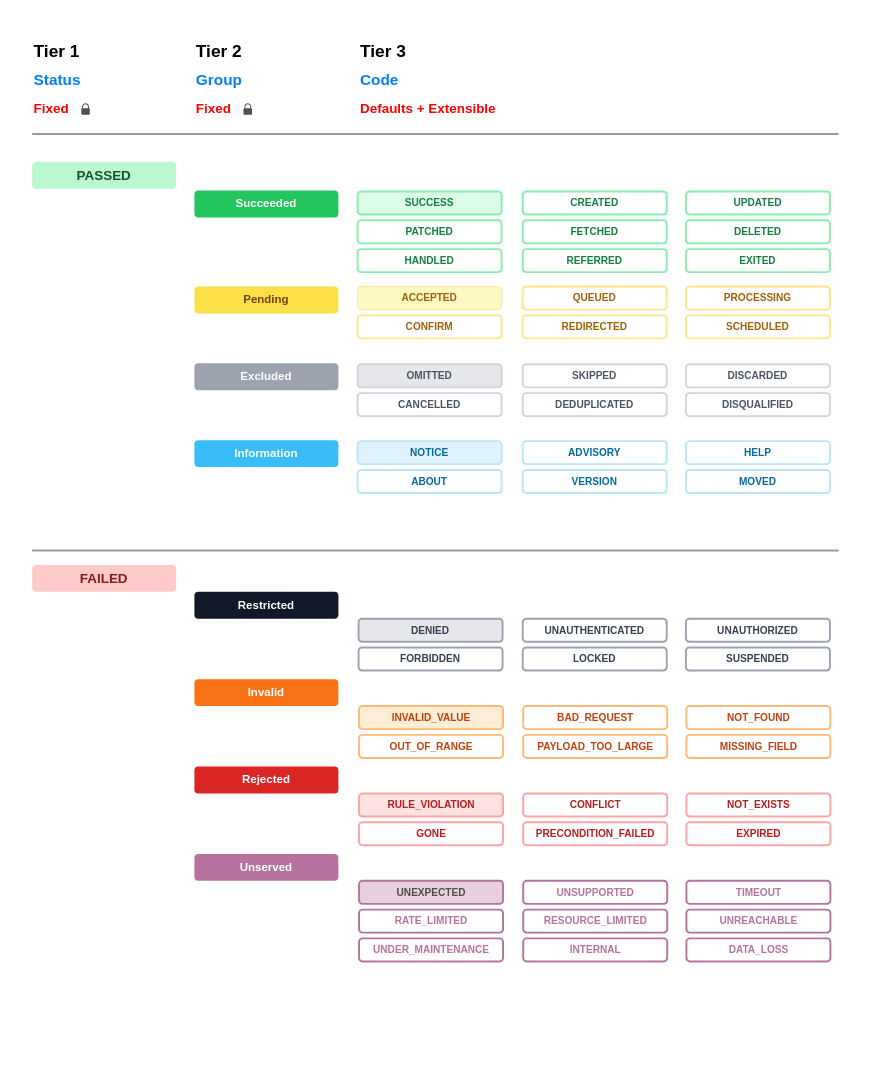
Before: assets/kiit-codes.drawio in slatekit/kiit-codes, a draw.io diagram. Source tidied: cells renumbered, new cells numbered last; positions are measured from the earlier drawing's top-left corner, leaving out a move shared by most shapes. Both pictures are drawn from the tidied source at 96%, with x=0, y=0 at pixel (32, 36).
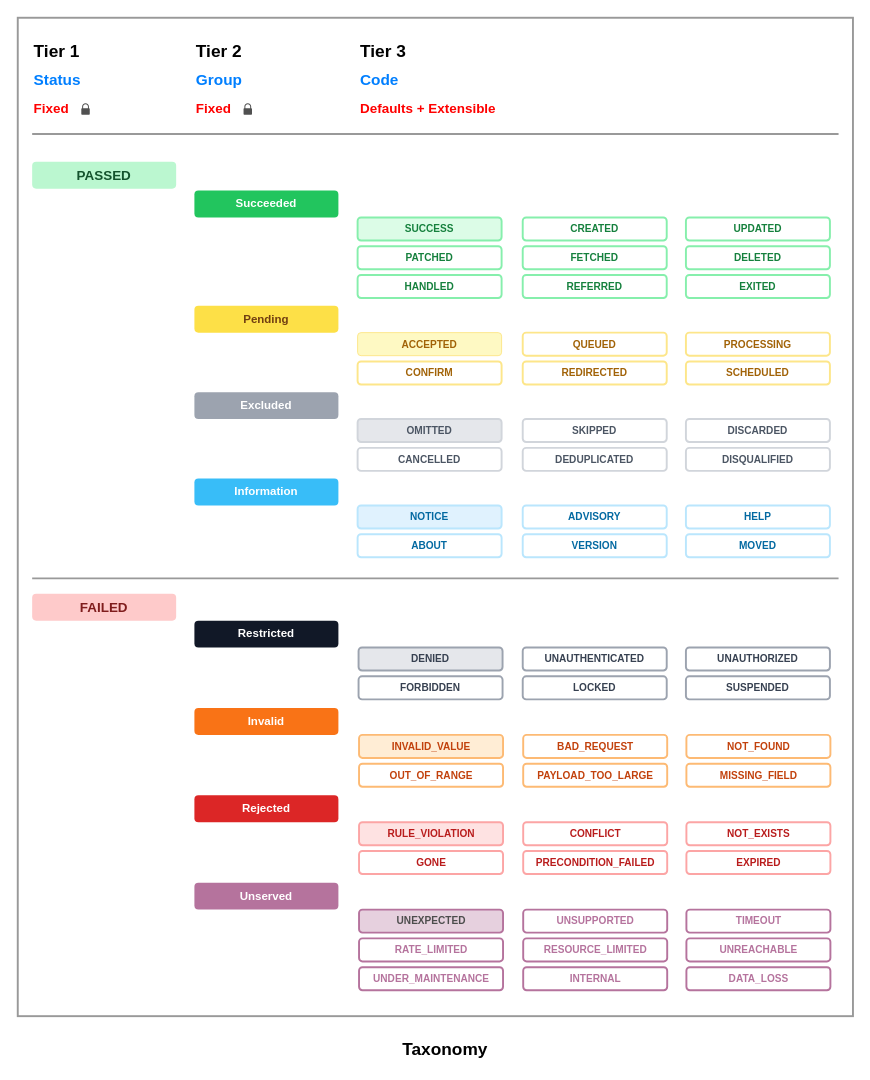
The same diagram, later.

What changed in the source:
```diff
@@
+    <mxCell id="79" style="rounded=0;whiteSpace=wrap;html=1;fillColor=none;strokeColor=#999999;strokeWidth=2;" parent="1" vertex="1">
+      <mxGeometry x="-15" y="-20" width="870" height="1040" as="geometry" />
+    </mxCell>
@@
     <mxCell id="4" value="SUCCESS" style="rounded=1;whiteSpace=wrap;html=1;fillColor=#dcfce7;fontColor=#15803d;fontSize=10.5;strokeColor=#86efac;strokeWidth=2;fontStyle=1;" parent="1" vertex="1">
-      <mxGeometry x="339" y="161" width="150" height="24" as="geometry" />
+      <mxGeometry x="339" y="188" width="150" height="24" as="geometry" />
     </mxCell>
     <mxCell id="5" value="CREATED" style="rounded=1;whiteSpace=wrap;html=1;fillColor=#ffffff;fontColor=#15803d;fontSize=10.5;strokeColor=#86efac;strokeWidth=2;fontStyle=1;" parent="1" vertex="1">
-      <mxGeometry x="511" y="161" width="150" height="24" as="geometry" />
+      <mxGeometry x="511" y="188" width="150" height="24" as="geometry" />
     </mxCell>
     <mxCell id="6" value="UPDATED" style="rounded=1;whiteSpace=wrap;html=1;fillColor=#ffffff;fontColor=#15803d;fontSize=10.5;strokeColor=#86efac;strokeWidth=2;fontStyle=1;" parent="1" vertex="1">
-      <mxGeometry x="681" y="161" width="150" height="24" as="geometry" />
+      <mxGeometry x="681" y="188" width="150" height="24" as="geometry" />
     </mxCell>
     <mxCell id="7" value="PATCHED" style="rounded=1;whiteSpace=wrap;html=1;fillColor=#ffffff;fontColor=#15803d;fontSize=10.5;strokeColor=#86efac;strokeWidth=2;fontStyle=1;" parent="1" vertex="1">
-      <mxGeometry x="339" y="191" width="150" height="24" as="geometry" />
+      <mxGeometry x="339" y="218" width="150" height="24" as="geometry" />
     </mxCell>
     <mxCell id="8" value="FETCHED" style="rounded=1;whiteSpace=wrap;html=1;fillColor=#ffffff;fontColor=#15803d;fontSize=10.5;strokeColor=#86efac;strokeWidth=2;fontStyle=1;" parent="1" vertex="1">
-      <mxGeometry x="511" y="191" width="150" height="24" as="geometry" />
+      <mxGeometry x="511" y="218" width="150" height="24" as="geometry" />
     </mxCell>
     <mxCell id="9" value="DELETED" style="rounded=1;whiteSpace=wrap;html=1;fillColor=#ffffff;fontColor=#15803d;fontSize=10.5;strokeColor=#86efac;strokeWidth=2;fontStyle=1;" parent="1" vertex="1">
-      <mxGeometry x="681" y="191" width="150" height="24" as="geometry" />
+      <mxGeometry x="681" y="218" width="150" height="24" as="geometry" />
     </mxCell>
     <mxCell id="10" value="HANDLED" style="rounded=1;whiteSpace=wrap;html=1;fillColor=#ffffff;fontColor=#15803d;fontSize=10.5;strokeColor=#86efac;strokeWidth=2;fontStyle=1;" parent="1" vertex="1">
-      <mxGeometry x="339" y="221" width="150" height="24" as="geometry" />
+      <mxGeometry x="339" y="248" width="150" height="24" as="geometry" />
     </mxCell>
     <mxCell id="11" value="REFERRED" style="rounded=1;whiteSpace=wrap;html=1;fillColor=#ffffff;fontColor=#15803d;fontSize=10.5;strokeColor=#86efac;strokeWidth=2;fontStyle=1;" parent="1" vertex="1">
-      <mxGeometry x="511" y="221" width="150" height="24" as="geometry" />
+      <mxGeometry x="511" y="248" width="150" height="24" as="geometry" />
     </mxCell>
     <mxCell id="12" value="EXITED" style="rounded=1;whiteSpace=wrap;html=1;fillColor=#ffffff;fontColor=#15803d;fontSize=10.5;strokeColor=#86efac;strokeWidth=2;fontStyle=1;" parent="1" vertex="1">
-      <mxGeometry x="681" y="221" width="150" height="24" as="geometry" />
+      <mxGeometry x="681" y="248" width="150" height="24" as="geometry" />
     </mxCell>
     <mxCell id="13" value="Pending" style="rounded=1;whiteSpace=wrap;html=1;fillColor=#fde047;fontColor=#713f12;fontSize=12;strokeColor=none;fontStyle=1;" parent="1" vertex="1">
-      <mxGeometry x="169" y="260" width="150" height="28" as="geometry" />
+      <mxGeometry x="169" y="280" width="150" height="28" as="geometry" />
     </mxCell>
     <mxCell id="14" value="ACCEPTED" style="rounded=1;whiteSpace=wrap;html=1;fillColor=#fef9c3;fontColor=#a16207;fontSize=10.5;strokeColor=#fde68a;strokeWidth=1;fontStyle=1;" parent="1" vertex="1">
-      <mxGeometry x="339" y="260" width="150" height="24" as="geometry" />
+      <mxGeometry x="339" y="308" width="150" height="24" as="geometry" />
     </mxCell>
     <mxCell id="15" value="QUEUED" style="rounded=1;whiteSpace=wrap;html=1;fillColor=#ffffff;fontColor=#a16207;fontSize=10.5;strokeColor=#fde68a;strokeWidth=2;fontStyle=1;" parent="1" vertex="1">
-      <mxGeometry x="511" y="260" width="150" height="24" as="geometry" />
+      <mxGeometry x="511" y="308" width="150" height="24" as="geometry" />
     </mxCell>
     <mxCell id="16" value="PROCESSING" style="rounded=1;whiteSpace=wrap;html=1;fillColor=#ffffff;fontColor=#a16207;fontSize=10.5;strokeColor=#fde68a;strokeWidth=2;fontStyle=1;" parent="1" vertex="1">
-      <mxGeometry x="681" y="260" width="150" height="24" as="geometry" />
+      <mxGeometry x="681" y="308" width="150" height="24" as="geometry" />
     </mxCell>
     <mxCell id="17" value="CONFIRM" style="rounded=1;whiteSpace=wrap;html=1;fillColor=#ffffff;fontColor=#a16207;fontSize=10.5;strokeColor=#fde68a;strokeWidth=2;fontStyle=1;" parent="1" vertex="1">
-      <mxGeometry x="339" y="290" width="150" height="24" as="geometry" />
+      <mxGeometry x="339" y="338" width="150" height="24" as="geometry" />
     </mxCell>
     <mxCell id="18" value="REDIRECTED" style="rounded=1;whiteSpace=wrap;html=1;fillColor=#ffffff;fontColor=#a16207;fontSize=10.5;strokeColor=#fde68a;strokeWidth=2;fontStyle=1;" parent="1" vertex="1">
-      <mxGeometry x="511" y="290" width="150" height="24" as="geometry" />
+      <mxGeometry x="511" y="338" width="150" height="24" as="geometry" />
     </mxCell>
     <mxCell id="19" value="SCHEDULED" style="rounded=1;whiteSpace=wrap;html=1;fillColor=#ffffff;fontColor=#a16207;fontSize=10.5;strokeColor=#fde68a;strokeWidth=2;fontStyle=1;" parent="1" vertex="1">
-      <mxGeometry x="681" y="290" width="150" height="24" as="geometry" />
+      <mxGeometry x="681" y="338" width="150" height="24" as="geometry" />
     </mxCell>
     <mxCell id="20" value="Excluded" style="rounded=1;whiteSpace=wrap;html=1;fillColor=#9ca3af;fontColor=#ffffff;fontSize=12;strokeColor=none;fontStyle=1;" parent="1" vertex="1">
-      <mxGeometry x="169" y="340" width="150" height="28" as="geometry" />
+      <mxGeometry x="169" y="370" width="150" height="28" as="geometry" />
     </mxCell>
     <mxCell id="21" value="OMITTED" style="rounded=1;whiteSpace=wrap;html=1;fillColor=#e5e7eb;fontColor=#4b5563;fontSize=10.5;strokeColor=#d1d5db;strokeWidth=2;fontStyle=1;" parent="1" vertex="1">
-      <mxGeometry x="339" y="341" width="150" height="24" as="geometry" />
+      <mxGeometry x="339" y="398" width="150" height="24" as="geometry" />
     </mxCell>
     <mxCell id="22" value="SKIPPED" style="rounded=1;whiteSpace=wrap;html=1;fillColor=#ffffff;fontColor=#4b5563;fontSize=10.5;strokeColor=#d1d5db;strokeWidth=2;fontStyle=1;" parent="1" vertex="1">
-      <mxGeometry x="511" y="341" width="150" height="24" as="geometry" />
+      <mxGeometry x="511" y="398" width="150" height="24" as="geometry" />
     </mxCell>
     <mxCell id="23" value="DISCARDED" style="rounded=1;whiteSpace=wrap;html=1;fillColor=#ffffff;fontColor=#4b5563;fontSize=10.5;strokeColor=#d1d5db;strokeWidth=2;fontStyle=1;" parent="1" vertex="1">
-      <mxGeometry x="681" y="341" width="150" height="24" as="geometry" />
+      <mxGeometry x="681" y="398" width="150" height="24" as="geometry" />
     </mxCell>
     <mxCell id="24" value="CANCELLED" style="rounded=1;whiteSpace=wrap;html=1;fillColor=#ffffff;fontColor=#4b5563;fontSize=10.5;strokeColor=#d1d5db;strokeWidth=2;fontStyle=1;" parent="1" vertex="1">
-      <mxGeometry x="339" y="371" width="150" height="24" as="geometry" />
+      <mxGeometry x="339" y="428" width="150" height="24" as="geometry" />
     </mxCell>
     <mxCell id="25" value="DEDUPLICATED" style="rounded=1;whiteSpace=wrap;html=1;fillColor=#ffffff;fontColor=#4b5563;fontSize=10.5;strokeColor=#d1d5db;strokeWidth=2;fontStyle=1;" parent="1" vertex="1">
-      <mxGeometry x="511" y="371" width="150" height="24" as="geometry" />
+      <mxGeometry x="511" y="428" width="150" height="24" as="geometry" />
     </mxCell>
     <mxCell id="26" value="DISQUALIFIED" style="rounded=1;whiteSpace=wrap;html=1;fillColor=#ffffff;fontColor=#4b5563;fontSize=10.5;strokeColor=#d1d5db;strokeWidth=2;fontStyle=1;" parent="1" vertex="1">
-      <mxGeometry x="681" y="371" width="150" height="24" as="geometry" />
+      <mxGeometry x="681" y="428" width="150" height="24" as="geometry" />
     </mxCell>
     <mxCell id="27" value="Information" style="rounded=1;whiteSpace=wrap;html=1;fillColor=#38bdf8;fontColor=#FFFFFF;fontSize=12;strokeColor=none;fontStyle=1;" parent="1" vertex="1">
-      <mxGeometry x="169" y="420" width="150" height="28" as="geometry" />
+      <mxGeometry x="169" y="460" width="150" height="28" as="geometry" />
     </mxCell>
     <mxCell id="28" value="NOTICE" style="rounded=1;whiteSpace=wrap;html=1;fillColor=#e0f2fe;fontColor=#0369a1;fontSize=10.5;strokeColor=#bae6fd;strokeWidth=2;fontStyle=1;" parent="1" vertex="1">
-      <mxGeometry x="339" y="421" width="150" height="24" as="geometry" />
+      <mxGeometry x="339" y="488" width="150" height="24" as="geometry" />
     </mxCell>
     <mxCell id="29" value="ADVISORY" style="rounded=1;whiteSpace=wrap;html=1;fillColor=#ffffff;fontColor=#0369a1;fontSize=10.5;strokeColor=#bae6fd;strokeWidth=2;fontStyle=1;" parent="1" vertex="1">
-      <mxGeometry x="511" y="421" width="150" height="24" as="geometry" />
+      <mxGeometry x="511" y="488" width="150" height="24" as="geometry" />
     </mxCell>
     <mxCell id="30" value="HELP" style="rounded=1;whiteSpace=wrap;html=1;fillColor=#ffffff;fontColor=#0369a1;fontSize=10.5;strokeColor=#bae6fd;strokeWidth=2;fontStyle=1;" parent="1" vertex="1">
-      <mxGeometry x="681" y="421" width="150" height="24" as="geometry" />
+      <mxGeometry x="681" y="488" width="150" height="24" as="geometry" />
     </mxCell>
     <mxCell id="31" value="ABOUT" style="rounded=1;whiteSpace=wrap;html=1;fillColor=#ffffff;fontColor=#0369a1;fontSize=10.5;strokeColor=#bae6fd;strokeWidth=2;fontStyle=1;" parent="1" vertex="1">
-      <mxGeometry x="339" y="451" width="150" height="24" as="geometry" />
+      <mxGeometry x="339" y="518" width="150" height="24" as="geometry" />
     </mxCell>
     <mxCell id="32" value="VERSION" style="rounded=1;whiteSpace=wrap;html=1;fillColor=#ffffff;fontColor=#0369a1;fontSize=10.5;strokeColor=#bae6fd;strokeWidth=2;fontStyle=1;" parent="1" vertex="1">
-      <mxGeometry x="511" y="451" width="150" height="24" as="geometry" />
+      <mxGeometry x="511" y="518" width="150" height="24" as="geometry" />
     </mxCell>
     <mxCell id="33" value="MOVED" style="rounded=1;whiteSpace=wrap;html=1;fillColor=#ffffff;fontColor=#0369a1;fontSize=10.5;strokeColor=#bae6fd;strokeWidth=2;fontStyle=1;" parent="1" vertex="1">
-      <mxGeometry x="681" y="451" width="150" height="24" as="geometry" />
+      <mxGeometry x="681" y="518" width="150" height="24" as="geometry" />
     </mxCell>
     <mxCell id="34" value="FAILED" style="rounded=1;whiteSpace=wrap;html=1;fillColor=#fecaca;fontColor=#7f1d1d;fontSize=14;strokeColor=none;fontStyle=1;" parent="1" vertex="1">
-      <mxGeometry y="550" width="150" height="28" as="geometry" />
+      <mxGeometry y="580" width="150" height="28" as="geometry" />
     </mxCell>
     <mxCell id="35" value="Restricted" style="rounded=1;whiteSpace=wrap;html=1;fillColor=#111827;fontColor=#ffffff;fontSize=12;strokeColor=none;fontStyle=1;" parent="1" vertex="1">
-      <mxGeometry x="169" y="578" width="150" height="28" as="geometry" />
+      <mxGeometry x="169" y="608" width="150" height="28" as="geometry" />
     </mxCell>
     <mxCell id="36" value="DENIED" style="rounded=1;whiteSpace=wrap;html=1;fillColor=#e5e7eb;fontColor=#374151;fontSize=10.5;strokeColor=#9ca3af;strokeWidth=2;fontStyle=1;" parent="1" vertex="1">
-      <mxGeometry x="340" y="606" width="150" height="24" as="geometry" />
+      <mxGeometry x="340" y="636" width="150" height="24" as="geometry" />
     </mxCell>
     <mxCell id="37" value="UNAUTHENTICATED" style="rounded=1;whiteSpace=wrap;html=1;fillColor=#ffffff;fontColor=#374151;fontSize=10.5;strokeColor=#9ca3af;strokeWidth=2;fontStyle=1;" parent="1" vertex="1">
-      <mxGeometry x="511" y="606" width="150" height="24" as="geometry" />
+      <mxGeometry x="511" y="636" width="150" height="24" as="geometry" />
     </mxCell>
     <mxCell id="38" value="UNAUTHORIZED" style="rounded=1;whiteSpace=wrap;html=1;fillColor=#ffffff;fontColor=#374151;fontSize=10.5;strokeColor=#9ca3af;strokeWidth=2;fontStyle=1;" parent="1" vertex="1">
-      <mxGeometry x="681" y="606" width="150" height="24" as="geometry" />
+      <mxGeometry x="681" y="636" width="150" height="24" as="geometry" />
     </mxCell>
     <mxCell id="39" value="FORBIDDEN" style="rounded=1;whiteSpace=wrap;html=1;fillColor=#ffffff;fontColor=#374151;fontSize=10.5;strokeColor=#9ca3af;strokeWidth=2;fontStyle=1;" parent="1" vertex="1">
-      <mxGeometry x="340" y="636" width="150" height="24" as="geometry" />
+      <mxGeometry x="340" y="666" width="150" height="24" as="geometry" />
     </mxCell>
     <mxCell id="40" value="LOCKED" style="rounded=1;whiteSpace=wrap;html=1;fillColor=#ffffff;fontColor=#374151;fontSize=10.5;strokeColor=#9ca3af;strokeWidth=2;fontStyle=1;" parent="1" vertex="1">
-      <mxGeometry x="511" y="636" width="150" height="24" as="geometry" />
+      <mxGeometry x="511" y="666" width="150" height="24" as="geometry" />
     </mxCell>
     <mxCell id="41" value="SUSPENDED" style="rounded=1;whiteSpace=wrap;html=1;fillColor=#ffffff;fontColor=#374151;fontSize=10.5;strokeColor=#9ca3af;strokeWidth=2;fontStyle=1;" parent="1" vertex="1">
-      <mxGeometry x="681" y="636" width="150" height="24" as="geometry" />
+      <mxGeometry x="681" y="666" width="150" height="24" as="geometry" />
     </mxCell>
     <mxCell id="42" value="Invalid" style="rounded=1;whiteSpace=wrap;html=1;fillColor=#f97316;fontColor=#ffffff;fontSize=12;strokeColor=none;fontStyle=1;" parent="1" vertex="1">
-      <mxGeometry x="169" y="669" width="150" height="28" as="geometry" />
+      <mxGeometry x="169" y="699" width="150" height="28" as="geometry" />
     </mxCell>
     <mxCell id="43" value="INVALID_VALUE" style="rounded=1;whiteSpace=wrap;html=1;fillColor=#ffedd5;fontColor=#c2410c;fontSize=10.5;strokeColor=#fdba74;strokeWidth=2;fontStyle=1;" parent="1" vertex="1">
-      <mxGeometry x="340.5" y="697" width="150" height="24" as="geometry" />
+      <mxGeometry x="340.5" y="727" width="150" height="24" as="geometry" />
     </mxCell>
     <mxCell id="44" value="BAD_REQUEST" style="rounded=1;whiteSpace=wrap;html=1;fillColor=#ffffff;fontColor=#c2410c;fontSize=10.5;strokeColor=#fdba74;strokeWidth=2;fontStyle=1;" parent="1" vertex="1">
-      <mxGeometry x="511.5" y="697" width="150" height="24" as="geometry" />
+      <mxGeometry x="511.5" y="727" width="150" height="24" as="geometry" />
     </mxCell>
     <mxCell id="45" value="NOT_FOUND" style="rounded=1;whiteSpace=wrap;html=1;fillColor=#ffffff;fontColor=#c2410c;fontSize=10.5;strokeColor=#fdba74;strokeWidth=2;fontStyle=1;" parent="1" vertex="1">
-      <mxGeometry x="681.5" y="697" width="150" height="24" as="geometry" />
+      <mxGeometry x="681.5" y="727" width="150" height="24" as="geometry" />
     </mxCell>
     <mxCell id="46" value="OUT_OF_RANGE" style="rounded=1;whiteSpace=wrap;html=1;fillColor=#ffffff;fontColor=#c2410c;fontSize=10.5;strokeColor=#fdba74;strokeWidth=2;fontStyle=1;" parent="1" vertex="1">
-      <mxGeometry x="340.5" y="727" width="150" height="24" as="geometry" />
+      <mxGeometry x="340.5" y="757" width="150" height="24" as="geometry" />
     </mxCell>
     <mxCell id="47" value="PAYLOAD_TOO_LARGE" style="rounded=1;whiteSpace=wrap;html=1;fillColor=#ffffff;fontColor=#c2410c;fontSize=10.5;strokeColor=#fdba74;strokeWidth=2;fontStyle=1;" parent="1" vertex="1">
-      <mxGeometry x="511.5" y="727" width="150" height="24" as="geometry" />
+      <mxGeometry x="511.5" y="757" width="150" height="24" as="geometry" />
     </mxCell>
     <mxCell id="48" value="MISSING_FIELD" style="rounded=1;whiteSpace=wrap;html=1;fillColor=#ffffff;fontColor=#c2410c;fontSize=10.5;strokeColor=#fdba74;strokeWidth=2;fontStyle=1;" parent="1" vertex="1">
-      <mxGeometry x="681.5" y="727" width="150" height="24" as="geometry" />
+      <mxGeometry x="681.5" y="757" width="150" height="24" as="geometry" />
     </mxCell>
     <mxCell id="49" value="Rejected" style="rounded=1;whiteSpace=wrap;html=1;fillColor=#dc2626;fontColor=#ffffff;fontSize=12;strokeColor=none;fontStyle=1;" parent="1" vertex="1">
-      <mxGeometry x="169" y="760" width="150" height="28" as="geometry" />
+      <mxGeometry x="169" y="790" width="150" height="28" as="geometry" />
     </mxCell>
     <mxCell id="50" value="RULE_VIOLATION" style="rounded=1;whiteSpace=wrap;html=1;fillColor=#fee2e2;fontColor=#b91c1c;fontSize=10.5;strokeColor=#fca5a5;strokeWidth=2;fontStyle=1;" parent="1" vertex="1">
-      <mxGeometry x="340.5" y="788" width="150" height="24" as="geometry" />
+      <mxGeometry x="340.5" y="818" width="150" height="24" as="geometry" />
     </mxCell>
     <mxCell id="51" value="CONFLICT" style="rounded=1;whiteSpace=wrap;html=1;fillColor=#ffffff;fontColor=#b91c1c;fontSize=10.5;strokeColor=#fca5a5;strokeWidth=2;fontStyle=1;" parent="1" vertex="1">
-      <mxGeometry x="511.5" y="788" width="150" height="24" as="geometry" />
+      <mxGeometry x="511.5" y="818" width="150" height="24" as="geometry" />
     </mxCell>
     <mxCell id="52" value="NOT_EXISTS" style="rounded=1;whiteSpace=wrap;html=1;fillColor=#ffffff;fontColor=#b91c1c;fontSize=10.5;strokeColor=#fca5a5;strokeWidth=2;fontStyle=1;" parent="1" vertex="1">
-      <mxGeometry x="681.5" y="788" width="150" height="24" as="geometry" />
+      <mxGeometry x="681.5" y="818" width="150" height="24" as="geometry" />
     </mxCell>
     <mxCell id="53" value="GONE" style="rounded=1;whiteSpace=wrap;html=1;fillColor=#ffffff;fontColor=#b91c1c;fontSize=10.5;strokeColor=#fca5a5;strokeWidth=2;fontStyle=1;" parent="1" vertex="1">
-      <mxGeometry x="340.5" y="818" width="150" height="24" as="geometry" />
+      <mxGeometry x="340.5" y="848" width="150" height="24" as="geometry" />
     </mxCell>
     <mxCell id="54" value="PRECONDITION_FAILED" style="rounded=1;whiteSpace=wrap;html=1;fillColor=#ffffff;fontColor=#b91c1c;fontSize=10.5;strokeColor=#fca5a5;strokeWidth=2;fontStyle=1;" parent="1" vertex="1">
-      <mxGeometry x="511.5" y="818" width="150" height="24" as="geometry" />
+      <mxGeometry x="511.5" y="848" width="150" height="24" as="geometry" />
     </mxCell>
     <mxCell id="55" value="EXPIRED" style="rounded=1;whiteSpace=wrap;html=1;fillColor=#ffffff;fontColor=#b91c1c;fontSize=10.5;strokeColor=#fca5a5;strokeWidth=2;fontStyle=1;" parent="1" vertex="1">
-      <mxGeometry x="681.5" y="818" width="150" height="24" as="geometry" />
+      <mxGeometry x="681.5" y="848" width="150" height="24" as="geometry" />
     </mxCell>
     <mxCell id="56" value="Unserved" style="rounded=1;whiteSpace=wrap;html=1;fillColor=#B5739D;fontColor=#ffffff;fontSize=12;strokeColor=none;fontStyle=1;" parent="1" vertex="1">
-      <mxGeometry x="169" y="851" width="150" height="28" as="geometry" />
+      <mxGeometry x="169" y="881" width="150" height="28" as="geometry" />
     </mxCell>
     <mxCell id="57" value="UNEXPECTED" style="rounded=1;whiteSpace=wrap;html=1;fillColor=#E6D0DE;fontColor=#4D4D4D;fontSize=10.5;strokeColor=#B5739D;strokeWidth=2;fontStyle=1;" parent="1" vertex="1">
-      <mxGeometry x="340.5" y="879" width="150" height="24" as="geometry" />
+      <mxGeometry x="340.5" y="909" width="150" height="24" as="geometry" />
     </mxCell>
     <mxCell id="58" value="UNSUPPORTED" style="rounded=1;whiteSpace=wrap;html=1;fillColor=#ffffff;fontColor=#B5739D;fontSize=10.5;strokeColor=#B5739D;strokeWidth=2;fontStyle=1;" parent="1" vertex="1">
-      <mxGeometry x="511.5" y="879" width="150" height="24" as="geometry" />
+      <mxGeometry x="511.5" y="909" width="150" height="24" as="geometry" />
     </mxCell>
     <mxCell id="59" value="TIMEOUT" style="rounded=1;whiteSpace=wrap;html=1;fillColor=#ffffff;fontColor=#B5739D;fontSize=10.5;strokeColor=#B5739D;strokeWidth=2;fontStyle=1;" parent="1" vertex="1">
-      <mxGeometry x="681.5" y="879" width="150" height="24" as="geometry" />
+      <mxGeometry x="681.5" y="909" width="150" height="24" as="geometry" />
     </mxCell>
     <mxCell id="60" value="RATE_LIMITED" style="rounded=1;whiteSpace=wrap;html=1;fillColor=#ffffff;fontColor=#B5739D;fontSize=10.5;strokeColor=#B5739D;strokeWidth=2;fontStyle=1;" parent="1" vertex="1">
-      <mxGeometry x="340.5" y="909" width="150" height="24" as="geometry" />
+      <mxGeometry x="340.5" y="939" width="150" height="24" as="geometry" />
     </mxCell>
     <mxCell id="61" value="RESOURCE_LIMITED" style="rounded=1;whiteSpace=wrap;html=1;fillColor=#ffffff;fontColor=#B5739D;fontSize=10.5;strokeColor=#B5739D;strokeWidth=2;fontStyle=1;" parent="1" vertex="1">
-      <mxGeometry x="511.5" y="909" width="150" height="24" as="geometry" />
+      <mxGeometry x="511.5" y="939" width="150" height="24" as="geometry" />
     </mxCell>
     <mxCell id="62" value="UNREACHABLE" style="rounded=1;whiteSpace=wrap;html=1;fillColor=#ffffff;fontColor=#B5739D;fontSize=10.5;strokeColor=#B5739D;strokeWidth=2;fontStyle=1;" parent="1" vertex="1">
-      <mxGeometry x="681.5" y="909" width="150" height="24" as="geometry" />
+      <mxGeometry x="681.5" y="939" width="150" height="24" as="geometry" />
     </mxCell>
     <mxCell id="63" value="UNDER_MAINTENANCE" style="rounded=1;whiteSpace=wrap;html=1;fillColor=#ffffff;fontColor=#B5739D;fontSize=10.5;strokeColor=#B5739D;strokeWidth=2;fontStyle=1;" parent="1" vertex="1">
-      <mxGeometry x="340.5" y="939" width="150" height="24" as="geometry" />
+      <mxGeometry x="340.5" y="969" width="150" height="24" as="geometry" />
     </mxCell>
     <mxCell id="64" value="INTERNAL" style="rounded=1;whiteSpace=wrap;html=1;fillColor=#ffffff;fontColor=#B5739D;fontSize=10.5;strokeColor=#B5739D;strokeWidth=2;fontStyle=1;" parent="1" vertex="1">
-      <mxGeometry x="511.5" y="939" width="150" height="24" as="geometry" />
+      <mxGeometry x="511.5" y="969" width="150" height="24" as="geometry" />
     </mxCell>
     <mxCell id="65" value="DATA_LOSS" style="rounded=1;whiteSpace=wrap;html=1;fillColor=#ffffff;fontColor=#B5739D;fontSize=10.5;strokeColor=#B5739D;strokeWidth=2;fontStyle=1;" parent="1" vertex="1">
-      <mxGeometry x="681.5" y="939" width="150" height="24" as="geometry" />
+      <mxGeometry x="681.5" y="969" width="150" height="24" as="geometry" />
     </mxCell>
@@
     <mxCell id="78" style="line;strokeWidth=2;html=1;fontColor=#999999;strokeColor=#999999;" parent="1" vertex="1">
-      <mxGeometry y="529" width="840" height="12" as="geometry" />
+      <mxGeometry y="558" width="840" height="12" as="geometry" />
     </mxCell>
+    <mxCell id="80" value="&lt;font style=&quot;font-size: 18px;&quot;&gt;&lt;b&gt;Taxonomy&lt;/b&gt;&lt;/font&gt;" style="text;html=1;whiteSpace=wrap;strokeColor=none;fillColor=none;align=left;verticalAlign=middle;rounded=0;" parent="1" vertex="1">
+      <mxGeometry x="384" y="1040" width="60" height="30" as="geometry" />
+    </mxCell>
```
